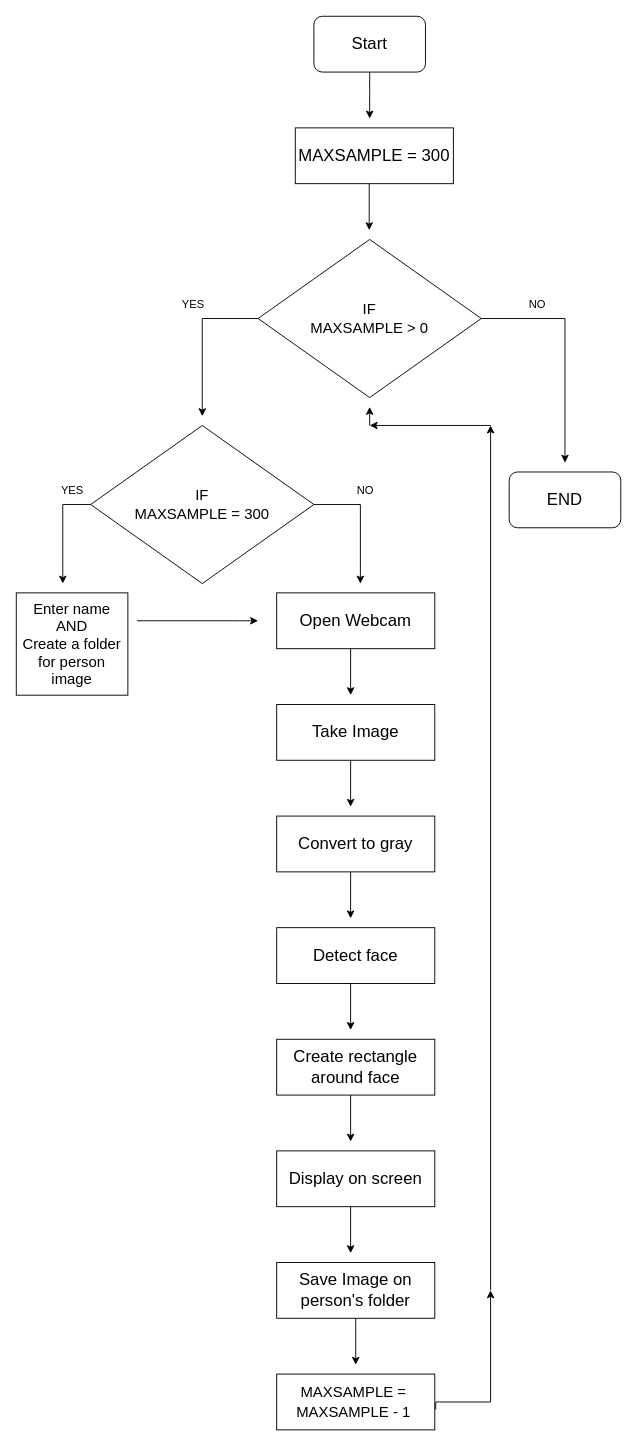
The draw.io diagram Documentation/Flow Diagram/Upload Image.drawio in prashantsingh2408/Face-Recognition-Attendance-System, before the edit. Source tidied: cells renumbered, new cells numbered last; positions are measured from the earlier drawing's top-left corner, leaving out a move shared by most shapes. Both pictures are drawn from the tidied source at 93%, with x=0, y=0 at pixel (16, 16).
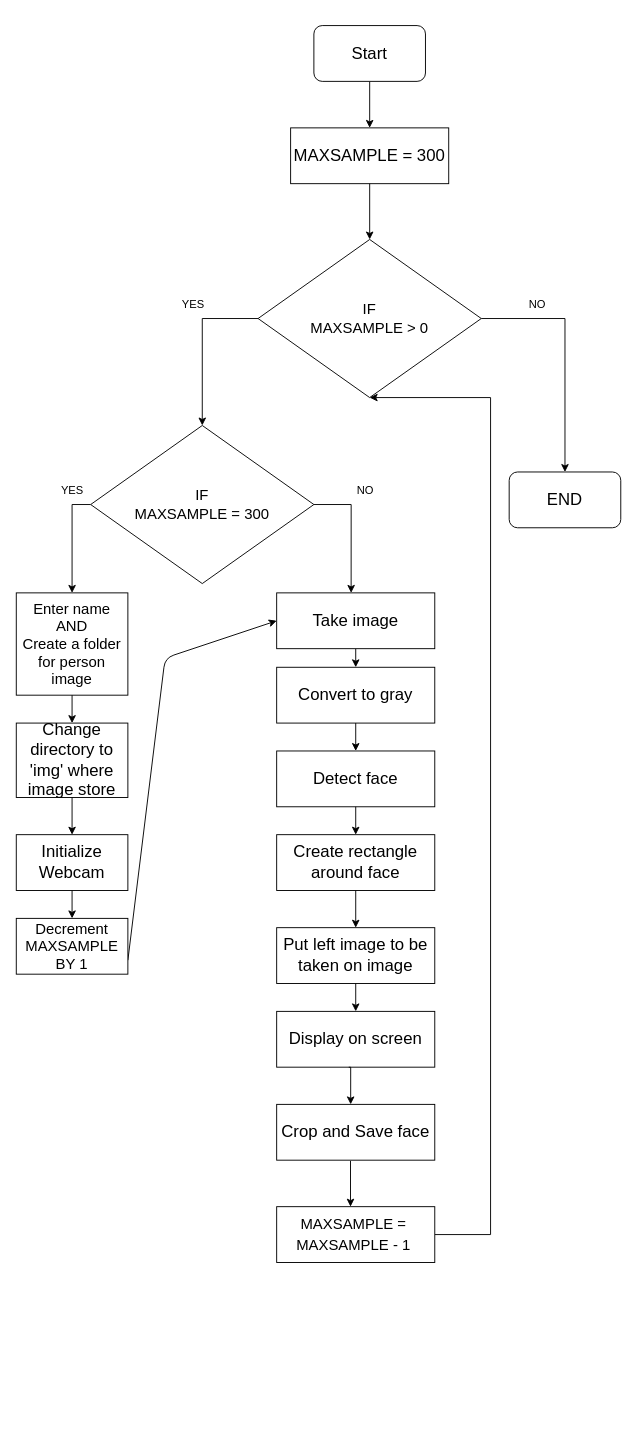
The same diagram, later.

Unchanged cells that the change refers to:
```xml
<mxCell id="7" value="&lt;font size=&quot;3&quot;&gt;IF &lt;br&gt;MAXSAMPLE &amp;gt; 0&lt;/font&gt;" style="rhombus;whiteSpace=wrap;html=1;" parent="1" vertex="1">
  <mxGeometry x="260" y="240" width="240" height="170" as="geometry" />
</mxCell>
<mxCell id="13" value="&lt;font size=&quot;3&quot;&gt;IF &lt;br&gt;MAXSAMPLE = 300&lt;/font&gt;" style="rhombus;whiteSpace=wrap;html=1;" parent="1" vertex="1">
  <mxGeometry x="80" y="440" width="240" height="170" as="geometry" />
</mxCell>
<mxCell id="14" value="&lt;font size=&quot;3&quot;&gt;Enter name&lt;br&gt;AND&lt;br&gt;Create a folder for person image&lt;br&gt;&lt;/font&gt;" style="rounded=0;whiteSpace=wrap;html=1;" parent="1" vertex="1">
  <mxGeometry y="620" width="120" height="110" as="geometry" />
</mxCell>
<mxCell id="37" value="&lt;font style=&quot;font-size: 18px&quot;&gt;END&lt;/font&gt;" style="rounded=1;whiteSpace=wrap;html=1;" parent="1" vertex="1">
  <mxGeometry x="530" y="490" width="120" height="60" as="geometry" />
</mxCell>
```

What changed in the source:
```diff
@@
-    <mxCell id="2" style="edgeStyle=orthogonalEdgeStyle;rounded=0;jettySize=auto;html=1;" parent="1" edge="1" source="3">
-      <mxGeometry relative="1" as="geometry">
-        <mxPoint x="380" y="110" as="targetPoint" />
-      </mxGeometry>
+    <mxCell id="2" style="edgeStyle=orthogonalEdgeStyle;rounded=0;jettySize=auto;html=1;entryX=0.5;entryY=0;entryDx=0;entryDy=0;exitX=0.5;exitY=1;exitDx=0;exitDy=0;exitPerimeter=0;" parent="1" edge="1" source="3" target="4">
+      <mxGeometry relative="1" as="geometry" />
     </mxCell>
     <mxCell id="3" value="&lt;font style=&quot;font-size: 18px&quot;&gt;Start&lt;br&gt;&lt;/font&gt;" style="rounded=1;whiteSpace=wrap;html=1;" parent="1" vertex="1">
-      <mxGeometry x="320" width="120" height="60" as="geometry" />
+      <mxGeometry x="320" y="10" width="120" height="60" as="geometry" />
     </mxCell>
     <mxCell id="4" value="&lt;font style=&quot;font-size: 18px&quot;&gt;MAXSAMPLE = 300&lt;/font&gt;" style="rounded=0;whiteSpace=wrap;html=1;" parent="1" vertex="1">
-      <mxGeometry x="300" y="120" width="170" height="60" as="geometry" />
+      <mxGeometry x="295" y="120" width="170" height="60" as="geometry" />
     </mxCell>
-    <mxCell id="5" style="edgeStyle=orthogonalEdgeStyle;rounded=0;orthogonalLoop=1;jettySize=auto;html=1;" parent="1" edge="1">
-      <mxGeometry relative="1" as="geometry">
-        <mxPoint x="379.5" y="180" as="sourcePoint" />
-        <mxPoint x="379.5" y="230" as="targetPoint" />
-      </mxGeometry>
+    <mxCell id="5" style="edgeStyle=orthogonalEdgeStyle;rounded=0;jettySize=auto;html=1;entryX=0.5;entryY=0;entryDx=0;entryDy=0;exitX=0.5;exitY=1;exitDx=0;exitDy=0;exitPerimeter=0;" parent="1" edge="1" source="4" target="7">
+      <mxGeometry relative="1" as="geometry" />
     </mxCell>
-    <mxCell id="6" style="edgeStyle=orthogonalEdgeStyle;rounded=0;jettySize=auto;html=1;exitX=0;exitY=0.5;exitDx=0;exitDy=0;" parent="1" edge="1" source="7">
+    <mxCell id="6" style="edgeStyle=orthogonalEdgeStyle;rounded=0;jettySize=auto;html=1;exitX=0;exitY=0.5;exitDx=0;exitDy=0;entryX=0.5;entryY=0;entryDx=0;entryDy=0;entryPerimeter=0;" parent="1" edge="1" source="7" target="13">
       <mxGeometry relative="1" as="geometry">
-        <mxPoint x="200" y="430" as="targetPoint" />
         <Array as="points">
           <mxPoint x="200" y="325" />
-          <mxPoint x="200" y="430" />
         </Array>
       </mxGeometry>
     </mxCell>
@@
-    <mxCell id="8" style="edgeStyle=orthogonalEdgeStyle;rounded=0;jettySize=auto;html=1;" parent="1" edge="1" source="7">
+    <mxCell id="8" style="edgeStyle=orthogonalEdgeStyle;rounded=0;jettySize=auto;html=1;entryX=0.5;entryY=0;entryDx=0;entryDy=0;exitX=1;exitY=0.5;exitDx=0;exitDy=0;" parent="1" edge="1" source="7" target="37">
       <mxGeometry relative="1" as="geometry">
-        <mxPoint x="590" y="480" as="targetPoint" />
         <Array as="points">
           <mxPoint x="590" y="325" />
-          <mxPoint x="590" y="430" />
         </Array>
       </mxGeometry>
     </mxCell>
@@
-    <mxCell id="11" style="edgeStyle=orthogonalEdgeStyle;rounded=0;jettySize=auto;html=1;exitX=0;exitY=0.5;exitDx=0;exitDy=0;" parent="1" edge="1" source="13">
+    <mxCell id="11" style="edgeStyle=orthogonalEdgeStyle;rounded=0;jettySize=auto;html=1;exitX=0;exitY=0.5;exitDx=0;exitDy=0;entryX=0.5;entryY=0;entryDx=0;entryDy=0;" parent="1" edge="1" source="13" target="14">
       <mxGeometry relative="1" as="geometry">
-        <mxPoint x="50" y="610" as="targetPoint" />
         <Array as="points">
-          <mxPoint x="50" y="525" />
+          <mxPoint x="60" y="525" />
         </Array>
       </mxGeometry>
     </mxCell>
-    <mxCell id="12" style="edgeStyle=orthogonalEdgeStyle;rounded=0;jettySize=auto;html=1;exitX=1;exitY=0.5;exitDx=0;exitDy=0;" parent="1" edge="1" source="13">
+    <mxCell id="12" style="edgeStyle=orthogonalEdgeStyle;rounded=0;jettySize=auto;html=1;exitX=1;exitY=0.5;exitDx=0;exitDy=0;entryX=0.471;entryY=0;entryDx=0;entryDy=0;entryPerimeter=0;" parent="1" edge="1" source="13" target="39">
       <mxGeometry relative="1" as="geometry">
-        <mxPoint x="370" y="610" as="targetPoint" />
         <Array as="points">
-          <mxPoint x="370" y="525" />
+          <mxPoint x="360" y="525" />
         </Array>
       </mxGeometry>
     </mxCell>
@@
-    <mxCell id="17" value="&lt;span style=&quot;font-size: 18px&quot;&gt;Open Webcam&lt;/span&gt;" style="rounded=0;whiteSpace=wrap;html=1;" parent="1" vertex="1">
-      <mxGeometry x="280" y="620" width="170" height="60" as="geometry" />
+    <mxCell id="17" value="&lt;font style=&quot;font-size: 18px&quot;&gt;Initialize Webcam&lt;/font&gt;" style="rounded=0;whiteSpace=wrap;html=1;" parent="1" vertex="1">
+      <mxGeometry y="880" width="120" height="60" as="geometry" />
     </mxCell>
-    <mxCell id="18" style="edgeStyle=orthogonalEdgeStyle;rounded=0;orthogonalLoop=1;jettySize=auto;html=1;" parent="1" edge="1">
-      <mxGeometry relative="1" as="geometry">
-        <mxPoint x="359.5" y="680" as="sourcePoint" />
-        <mxPoint x="359.5" y="730" as="targetPoint" />
-      </mxGeometry>
+    <mxCell id="18" style="edgeStyle=orthogonalEdgeStyle;rounded=0;jettySize=auto;html=1;entryX=0.5;entryY=0;entryDx=0;entryDy=0;exitX=0.5;exitY=1;exitDx=0;exitDy=0;" parent="1" edge="1" source="39" target="19">
+      <mxGeometry relative="1" as="geometry" />
     </mxCell>
-    <mxCell id="19" value="&lt;font style=&quot;font-size: 18px&quot;&gt;Take Image&lt;/font&gt;" style="rounded=0;whiteSpace=wrap;html=1;" parent="1" vertex="1">
-      <mxGeometry x="280" y="740" width="170" height="60" as="geometry" />
+    <mxCell id="19" value="&lt;span style=&quot;font-size: 18px&quot;&gt;Convert to gray&lt;/span&gt;" style="rounded=0;whiteSpace=wrap;html=1;" parent="1" vertex="1">
+      <mxGeometry x="280" y="700" width="170" height="60" as="geometry" />
     </mxCell>
-    <mxCell id="20" style="edgeStyle=orthogonalEdgeStyle;rounded=0;orthogonalLoop=1;jettySize=auto;html=1;" parent="1" edge="1">
-      <mxGeometry relative="1" as="geometry">
-        <mxPoint x="359.5" y="800" as="sourcePoint" />
-        <mxPoint x="359.5" y="850" as="targetPoint" />
-      </mxGeometry>
+    <mxCell id="20" style="edgeStyle=orthogonalEdgeStyle;rounded=0;jettySize=auto;html=1;entryX=0.5;entryY=0;entryDx=0;entryDy=0;exitX=0.5;exitY=1;exitDx=0;exitDy=0;" parent="1" edge="1" source="19" target="21">
+      <mxGeometry relative="1" as="geometry" />
     </mxCell>
-    <mxCell id="21" value="&lt;span style=&quot;font-size: 18px&quot;&gt;Convert to gray&lt;/span&gt;" style="rounded=0;whiteSpace=wrap;html=1;" parent="1" vertex="1">
-      <mxGeometry x="280" y="860" width="170" height="60" as="geometry" />
+    <mxCell id="21" value="&lt;span style=&quot;font-size: 18px&quot;&gt;Detect face&lt;/span&gt;" style="rounded=0;whiteSpace=wrap;html=1;" parent="1" vertex="1">
+      <mxGeometry x="280" y="790" width="170" height="60" as="geometry" />
     </mxCell>
-    <mxCell id="22" style="edgeStyle=orthogonalEdgeStyle;rounded=0;orthogonalLoop=1;jettySize=auto;html=1;" parent="1" edge="1">
-      <mxGeometry relative="1" as="geometry">
-        <mxPoint x="359.5" y="920" as="sourcePoint" />
-        <mxPoint x="359.5" y="970" as="targetPoint" />
-      </mxGeometry>
+    <mxCell id="22" style="edgeStyle=orthogonalEdgeStyle;rounded=0;jettySize=auto;html=1;entryX=0.5;entryY=0;entryDx=0;entryDy=0;exitX=0.5;exitY=1;exitDx=0;exitDy=0;" parent="1" edge="1" source="21" target="23">
+      <mxGeometry relative="1" as="geometry" />
     </mxCell>
-    <mxCell id="23" value="&lt;font style=&quot;font-size: 18px&quot;&gt;Detect face&lt;br&gt;&lt;/font&gt;" style="rounded=0;whiteSpace=wrap;html=1;" parent="1" vertex="1">
-      <mxGeometry x="280" y="980" width="170" height="60" as="geometry" />
+    <mxCell id="23" value="&lt;font style=&quot;font-size: 18px&quot;&gt;Create rectangle around face&lt;br&gt;&lt;/font&gt;" style="rounded=0;whiteSpace=wrap;html=1;" parent="1" vertex="1">
+      <mxGeometry x="280" y="880" width="170" height="60" as="geometry" />
     </mxCell>
-    <mxCell id="24" style="edgeStyle=orthogonalEdgeStyle;rounded=0;orthogonalLoop=1;jettySize=auto;html=1;" parent="1" edge="1">
-      <mxGeometry relative="1" as="geometry">
-        <mxPoint x="359.5" y="1040" as="sourcePoint" />
-        <mxPoint x="359.5" y="1090" as="targetPoint" />
-      </mxGeometry>
+    <mxCell id="24" style="edgeStyle=orthogonalEdgeStyle;rounded=0;jettySize=auto;html=1;entryX=0.5;entryY=0;entryDx=0;entryDy=0;exitX=0.5;exitY=1;exitDx=0;exitDy=0;" parent="1" edge="1" source="23" target="25">
+      <mxGeometry relative="1" as="geometry" />
     </mxCell>
-    <mxCell id="25" value="&lt;font style=&quot;font-size: 18px&quot;&gt;Create rectangle around face&lt;br&gt;&lt;/font&gt;" style="rounded=0;whiteSpace=wrap;html=1;" parent="1" vertex="1">
-      <mxGeometry x="280" y="1100" width="170" height="60" as="geometry" />
+    <mxCell id="25" value="&lt;font style=&quot;font-size: 18px&quot;&gt;Put left image to be taken on image&lt;br&gt;&lt;/font&gt;" style="rounded=0;whiteSpace=wrap;html=1;" parent="1" vertex="1">
+      <mxGeometry x="280" y="980" width="170" height="60" as="geometry" />
     </mxCell>
-    <mxCell id="26" style="edgeStyle=orthogonalEdgeStyle;rounded=0;orthogonalLoop=1;jettySize=auto;html=1;" parent="1" edge="1">
-      <mxGeometry relative="1" as="geometry">
-        <mxPoint x="359.5" y="1160" as="sourcePoint" />
-        <mxPoint x="359.5" y="1210" as="targetPoint" />
-      </mxGeometry>
+    <mxCell id="26" style="edgeStyle=orthogonalEdgeStyle;rounded=0;jettySize=auto;html=1;entryX=0.5;entryY=0;entryDx=0;entryDy=0;exitX=0.5;exitY=1;exitDx=0;exitDy=0;" parent="1" edge="1" source="25" target="27">
+      <mxGeometry relative="1" as="geometry" />
     </mxCell>
     <mxCell id="27" value="&lt;font style=&quot;font-size: 18px&quot;&gt;Display on screen&lt;br&gt;&lt;/font&gt;" style="rounded=0;whiteSpace=wrap;html=1;" parent="1" vertex="1">
-      <mxGeometry x="280" y="1220" width="170" height="60" as="geometry" />
+      <mxGeometry x="280" y="1070" width="170" height="60" as="geometry" />
     </mxCell>
-    <mxCell id="28" style="edgeStyle=orthogonalEdgeStyle;rounded=0;orthogonalLoop=1;jettySize=auto;html=1;" parent="1" edge="1">
-      <mxGeometry relative="1" as="geometry">
-        <mxPoint x="359.5" y="1280" as="sourcePoint" />
-        <mxPoint x="359.5" y="1330" as="targetPoint" />
-      </mxGeometry>
+    <mxCell id="28" style="edgeStyle=orthogonalEdgeStyle;rounded=0;jettySize=auto;html=1;entryX=0.468;entryY=0;entryDx=0;entryDy=0;entryPerimeter=0;exitX=0.456;exitY=1.001;exitDx=0;exitDy=0;exitPerimeter=0;" parent="1" edge="1" source="27" target="30">
+      <mxGeometry relative="1" as="geometry" />
     </mxCell>
-    <mxCell id="29" style="edgeStyle=orthogonalEdgeStyle;rounded=0;orthogonalLoop=1;jettySize=auto;html=1;" parent="1" edge="1">
+    <mxCell id="29" style="edgeStyle=orthogonalEdgeStyle;rounded=0;jettySize=auto;html=1;exitX=1;exitY=0.5;exitDx=0;exitDy=0;entryX=0.5;entryY=1;entryDx=0;entryDy=0;" parent="1" edge="1" source="35" target="7">
       <mxGeometry relative="1" as="geometry">
-        <mxPoint x="451" y="1498" as="sourcePoint" />
-        <mxPoint x="510" y="1370" as="targetPoint" />
         <Array as="points">
-          <mxPoint x="451" y="1490" />
-          <mxPoint x="510" y="1490" />
+          <mxPoint x="510" y="1310" />
+          <mxPoint x="510" y="410" />
         </Array>
       </mxGeometry>
     </mxCell>
-    <mxCell id="30" value="&lt;font style=&quot;font-size: 18px&quot;&gt;Save Image on person's folder&lt;br&gt;&lt;/font&gt;" style="rounded=0;whiteSpace=wrap;html=1;" parent="1" vertex="1">
-      <mxGeometry x="280" y="1340" width="170" height="60" as="geometry" />
+    <mxCell id="30" value="&lt;font style=&quot;font-size: 18px&quot;&gt;Crop and Save face&lt;br&gt;&lt;/font&gt;" style="rounded=0;whiteSpace=wrap;html=1;" parent="1" vertex="1">
+      <mxGeometry x="280" y="1170" width="170" height="60" as="geometry" />
     </mxCell>
-    <mxCell id="31" style="endArrow=classic;html=1;" parent="1" edge="1">
+    <mxCell id="31" style="endArrow=classic;html=1;exitX=1;exitY=0.75;exitDx=0;exitDy=0;entryX=0;entryY=0.5;entryDx=0;entryDy=0;" parent="1" edge="1" source="40" target="39">
       <mxGeometry relative="1" as="geometry">
-        <mxPoint x="130" y="650" as="sourcePoint" />
-        <mxPoint x="260" y="650" as="targetPoint" />
         <Array as="points">
-          <mxPoint x="250" y="650" />
+          <mxPoint x="160" y="690" />
         </Array>
       </mxGeometry>
     </mxCell>
-    <mxCell id="32" style="endArrow=classic;html=1;" parent="1" edge="1">
-      <mxGeometry relative="1" as="geometry">
-        <mxPoint x="510" y="1370" as="sourcePoint" />
-        <mxPoint x="510" y="440" as="targetPoint" />
-      </mxGeometry>
-    </mxCell>
-    <mxCell id="33" style="endArrow=classic;html=1;" parent="1" edge="1">
-      <mxGeometry relative="1" as="geometry">
-        <mxPoint x="510" y="440" as="sourcePoint" />
-        <mxPoint x="380" y="440" as="targetPoint" />
-      </mxGeometry>
-    </mxCell>
-    <mxCell id="34" style="endArrow=classic;html=1;" parent="1" edge="1">
-      <mxGeometry relative="1" as="geometry">
-        <mxPoint x="380" y="440" as="sourcePoint" />
-        <mxPoint x="380" y="420" as="targetPoint" />
-      </mxGeometry>
-    </mxCell>
     <mxCell id="35" value="&lt;font style=&quot;font-size: 18px&quot;&gt;&lt;span style=&quot;font-size: medium&quot;&gt;MAXSAMPLE =&amp;nbsp;&lt;br&gt;&lt;/span&gt;&lt;span style=&quot;font-size: medium&quot;&gt;MAXSAMPLE - 1&lt;/span&gt;&lt;span style=&quot;font-size: medium&quot;&gt;&amp;nbsp;&lt;/span&gt;&lt;br&gt;&lt;/font&gt;" style="rounded=0;whiteSpace=wrap;html=1;" parent="1" vertex="1">
-      <mxGeometry x="280" y="1460" width="170" height="60" as="geometry" />
+      <mxGeometry x="280" y="1280" width="170" height="60" as="geometry" />
     </mxCell>
-    <mxCell id="36" style="edgeStyle=orthogonalEdgeStyle;rounded=0;jettySize=auto;html=1;exitX=0.5;exitY=1;exitDx=0;exitDy=0;" parent="1" edge="1" source="30">
-      <mxGeometry relative="1" as="geometry">
-        <mxPoint x="365" y="1450" as="targetPoint" />
-        <Array as="points">
-          <mxPoint x="365" y="1410" />
-        </Array>
-      </mxGeometry>
+    <mxCell id="36" style="edgeStyle=orthogonalEdgeStyle;rounded=0;jettySize=auto;html=1;exitX=0.467;exitY=1.012;exitDx=0;exitDy=0;exitPerimeter=0;entryX=0.467;entryY=0;entryDx=0;entryDy=0;entryPerimeter=0;" parent="1" edge="1" source="30" target="35">
+      <mxGeometry relative="1" as="geometry" />
     </mxCell>
@@
+    <mxCell id="38" style="edgeStyle=orthogonalEdgeStyle;rounded=0;jettySize=auto;html=1;exitX=0.5;exitY=1;exitDx=0;exitDy=0;entryX=0.5;entryY=0;entryDx=0;entryDy=0;" parent="1" edge="1" source="14" target="42">
+      <mxGeometry relative="1" as="geometry" />
+    </mxCell>
+    <mxCell id="39" value="&lt;span style=&quot;font-size: 18px&quot;&gt;Take image&lt;/span&gt;" style="rounded=0;whiteSpace=wrap;html=1;" parent="1" vertex="1">
+      <mxGeometry x="280" y="620" width="170" height="60" as="geometry" />
+    </mxCell>
+    <mxCell id="40" value="&lt;font size=&quot;3&quot;&gt;Decrement MAXSAMPLE BY 1&lt;/font&gt;" style="rounded=0;whiteSpace=wrap;html=1;" parent="1" vertex="1">
+      <mxGeometry y="970" width="120" height="60" as="geometry" />
+    </mxCell>
+    <mxCell id="41" style="edgeStyle=orthogonalEdgeStyle;rounded=0;jettySize=auto;html=1;entryX=0.5;entryY=0;entryDx=0;entryDy=0;exitX=0.5;exitY=1;exitDx=0;exitDy=0;" parent="1" edge="1" source="17" target="40">
+      <mxGeometry relative="1" as="geometry" />
+    </mxCell>
+    <mxCell id="42" value="&lt;font style=&quot;font-size: 18px&quot;&gt;Change directory to 'img' where image store&lt;/font&gt;" style="rounded=0;whiteSpace=wrap;html=1;" parent="1" vertex="1">
+      <mxGeometry y="760" width="120" height="80" as="geometry" />
+    </mxCell>
+    <mxCell id="43" style="edgeStyle=orthogonalEdgeStyle;rounded=0;jettySize=auto;html=1;exitX=0.5;exitY=1;exitDx=0;exitDy=0;" parent="1" edge="1" source="42" target="17">
+      <mxGeometry relative="1" as="geometry" />
+    </mxCell>
```
